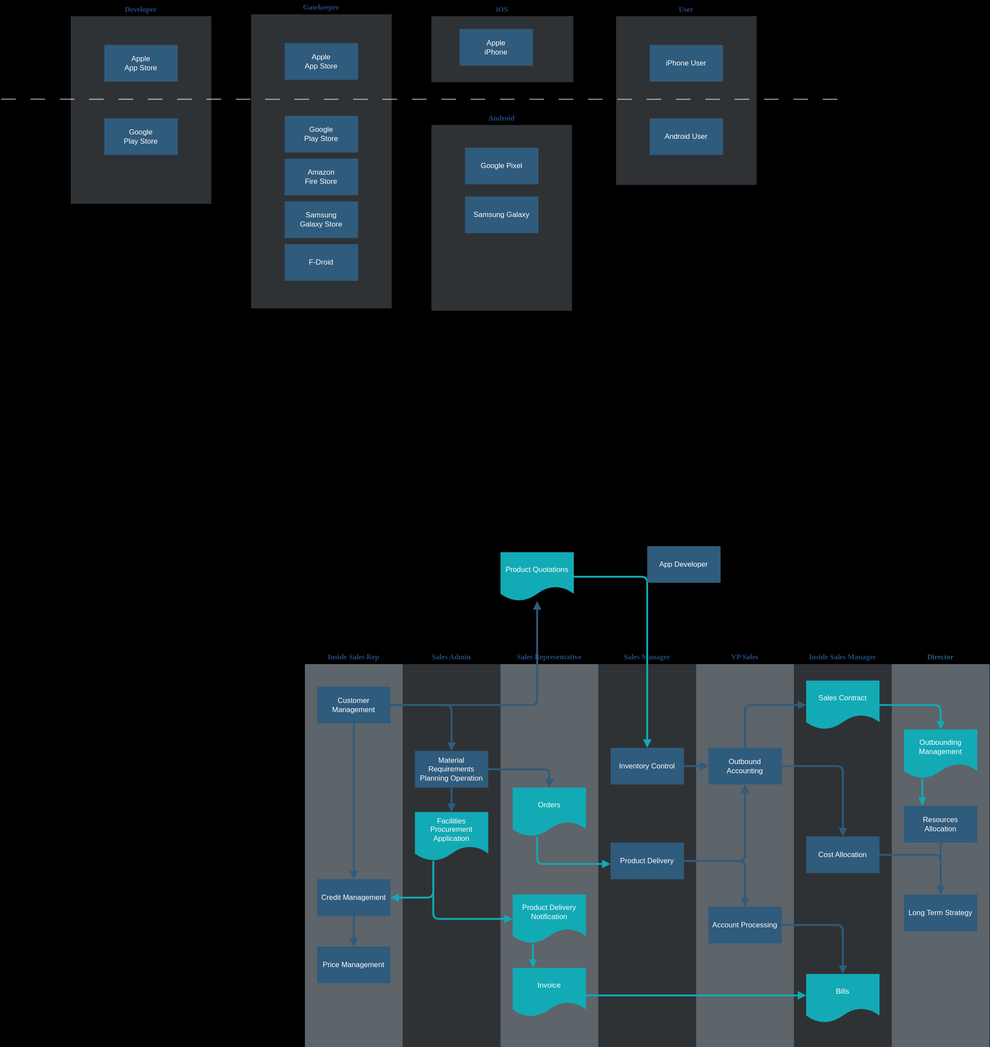
This is app-dist.drawio.svg from appfair/appstore-tilt, a draw.io export, as it was before one commit. Source tidied: cells renumbered, new cells last; positions are measured from the earlier drawing's top-left corner, leaving out a move shared by most shapes.
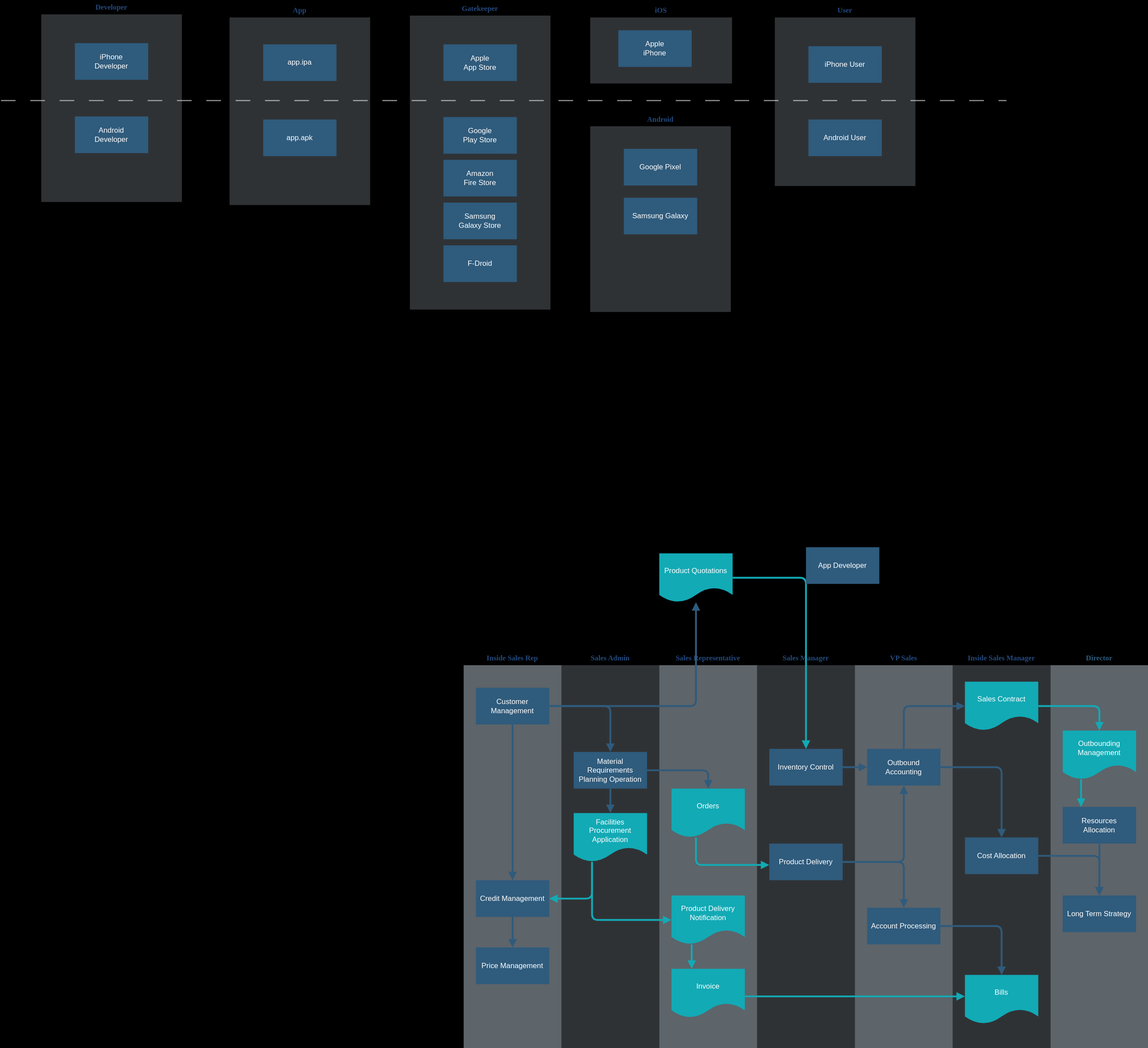
Later version of the same file.

What changed in the source:
```diff
@@ -200,13 +200,13 @@
     <mxCell id="60" value="Samsung Galaxy" style="whiteSpace=wrap;shadow=0;fontColor=#FFFFFF;fontFamily=Helvetica;fontStyle=0;html=1;fontSize=12;plain-purple;strokeColor=none;fillColor=#2f5b7c;gradientColor=none;spacing=6;verticalAlign=middle;" parent="58" vertex="1">
       <mxGeometry x="55" y="140" width="120" height="60" as="geometry" />
     </mxCell>
-    <mxCell id="61" value="&lt;font color=&quot;#23497d&quot;&gt;Developer&lt;/font&gt;" style="swimlane;whiteSpace=wrap;fillColor=none;swimlaneFillColor=#BAC8D3;fontColor=#2F5B7C;fontFamily=Tahoma;html=1;strokeColor=none;opacity=25;startSize=23;" parent="1" vertex="1">
+    <mxCell id="61" value="&lt;font color=&quot;#23497d&quot;&gt;App&lt;/font&gt;" style="swimlane;whiteSpace=wrap;fillColor=none;swimlaneFillColor=#BAC8D3;fontColor=#2F5B7C;fontFamily=Tahoma;html=1;strokeColor=none;opacity=25;startSize=23;" parent="1" vertex="1">
       <mxGeometry x="114" y="3" width="230" height="330" as="geometry" />
     </mxCell>
-    <mxCell id="62" value="Apple&lt;br&gt;App Store" style="whiteSpace=wrap;shadow=0;fontColor=#FFFFFF;fontFamily=Helvetica;fontStyle=0;html=1;fontSize=12;plain-purple;strokeColor=none;fillColor=#2f5b7c;gradientColor=none;spacing=6;verticalAlign=middle;" parent="61" vertex="1">
-      <mxGeometry x="55" y="70" width="120" height="60" as="geometry" />
+    <mxCell id="62" value="app.ipa" style="whiteSpace=wrap;shadow=0;fontColor=#FFFFFF;fontFamily=Helvetica;fontStyle=0;html=1;fontSize=12;plain-purple;strokeColor=none;fillColor=#2f5b7c;gradientColor=none;spacing=6;verticalAlign=middle;" parent="61" vertex="1">
+      <mxGeometry x="55" y="67" width="120" height="60" as="geometry" />
     </mxCell>
-    <mxCell id="63" value="Google&lt;br&gt;Play Store" style="whiteSpace=wrap;shadow=0;fontColor=#FFFFFF;fontFamily=Helvetica;fontStyle=0;html=1;fontSize=12;plain-purple;strokeColor=none;fillColor=#2f5b7c;gradientColor=none;spacing=6;verticalAlign=middle;" parent="61" vertex="1">
+    <mxCell id="63" value="app.apk" style="whiteSpace=wrap;shadow=0;fontColor=#FFFFFF;fontFamily=Helvetica;fontStyle=0;html=1;fontSize=12;plain-purple;strokeColor=none;fillColor=#2f5b7c;gradientColor=none;spacing=6;verticalAlign=middle;" parent="61" vertex="1">
       <mxGeometry x="55" y="190" width="120" height="60" as="geometry" />
     </mxCell>
     <mxCell id="64" value="&lt;font color=&quot;#23497d&quot;&gt;User&lt;/font&gt;" style="swimlane;whiteSpace=wrap;fillColor=none;swimlaneFillColor=#BAC8D3;fontColor=#2F5B7C;fontFamily=Tahoma;html=1;strokeColor=none;opacity=25;startSize=23;" parent="1" vertex="1">
@@ -223,9 +223,18 @@
     </mxCell>
     <mxCell id="68" style="edgeStyle=none;orthogonalLoop=1;jettySize=auto;html=1;rounded=0;curved=0;strokeWidth=2;strokeColor=#E3E3E3;dashed=1;dashPattern=12 12;jumpSize=4;opacity=60;endArrow=none;endFill=0;" parent="1" edge="1">
       <mxGeometry relative="1" as="geometry">
-        <mxPoint y="161.8" as="sourcePoint" />
+        <mxPoint x="-260" y="162" as="sourcePoint" />
         <mxPoint x="1385" y="162" as="targetPoint" />
       </mxGeometry>
     </mxCell>
+    <mxCell id="69" value="&lt;font color=&quot;#23497d&quot;&gt;Developer&lt;/font&gt;" style="swimlane;whiteSpace=wrap;fillColor=none;swimlaneFillColor=#BAC8D3;fontColor=#2F5B7C;fontFamily=Tahoma;html=1;strokeColor=none;opacity=25;startSize=23;" parent="1" vertex="1">
+      <mxGeometry x="-194" y="-2" width="230" height="330" as="geometry" />
+    </mxCell>
+    <mxCell id="70" value="iPhone&lt;br&gt;Developer" style="whiteSpace=wrap;shadow=0;fontColor=#FFFFFF;fontFamily=Helvetica;fontStyle=0;html=1;fontSize=12;plain-purple;strokeColor=none;fillColor=#2f5b7c;gradientColor=none;spacing=6;verticalAlign=middle;" parent="69" vertex="1">
+      <mxGeometry x="55" y="70" width="120" height="60" as="geometry" />
+    </mxCell>
+    <mxCell id="71" value="Android&lt;br&gt;Developer" style="whiteSpace=wrap;shadow=0;fontColor=#FFFFFF;fontFamily=Helvetica;fontStyle=0;html=1;fontSize=12;plain-purple;strokeColor=none;fillColor=#2f5b7c;gradientColor=none;spacing=6;verticalAlign=middle;" parent="69" vertex="1">
+      <mxGeometry x="55" y="190" width="120" height="60" as="geometry" />
+    </mxCell>
   </root>
 </mxGraphModel>
```
